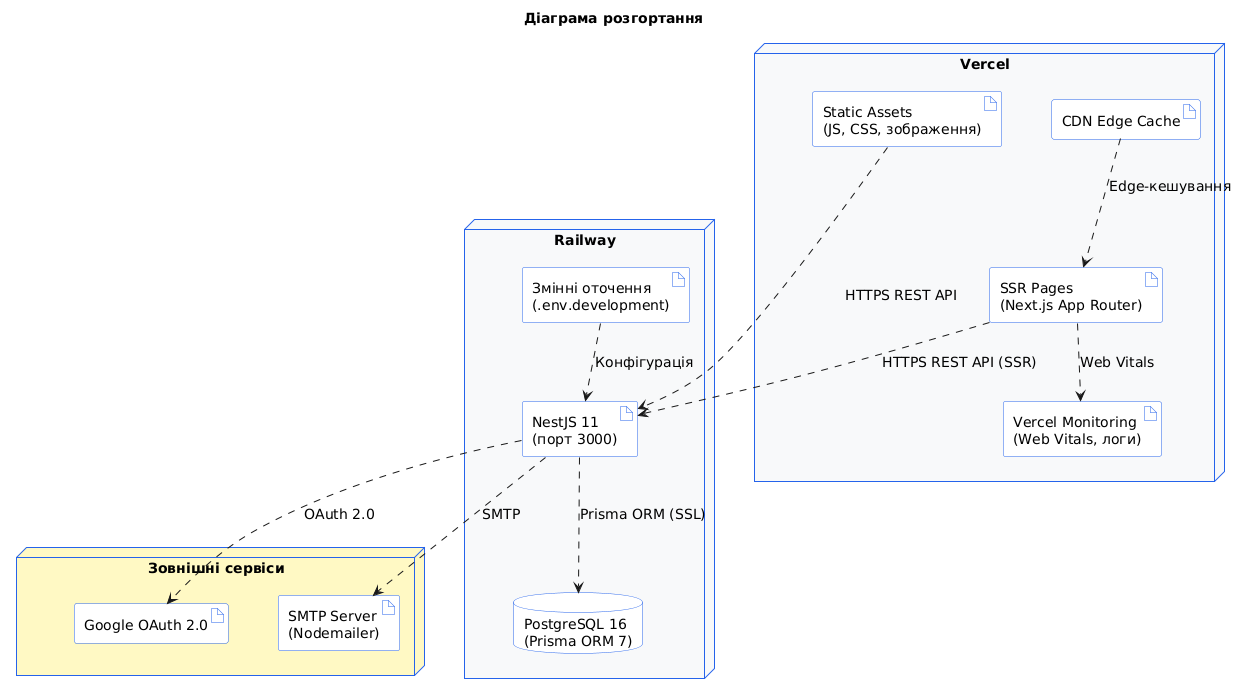
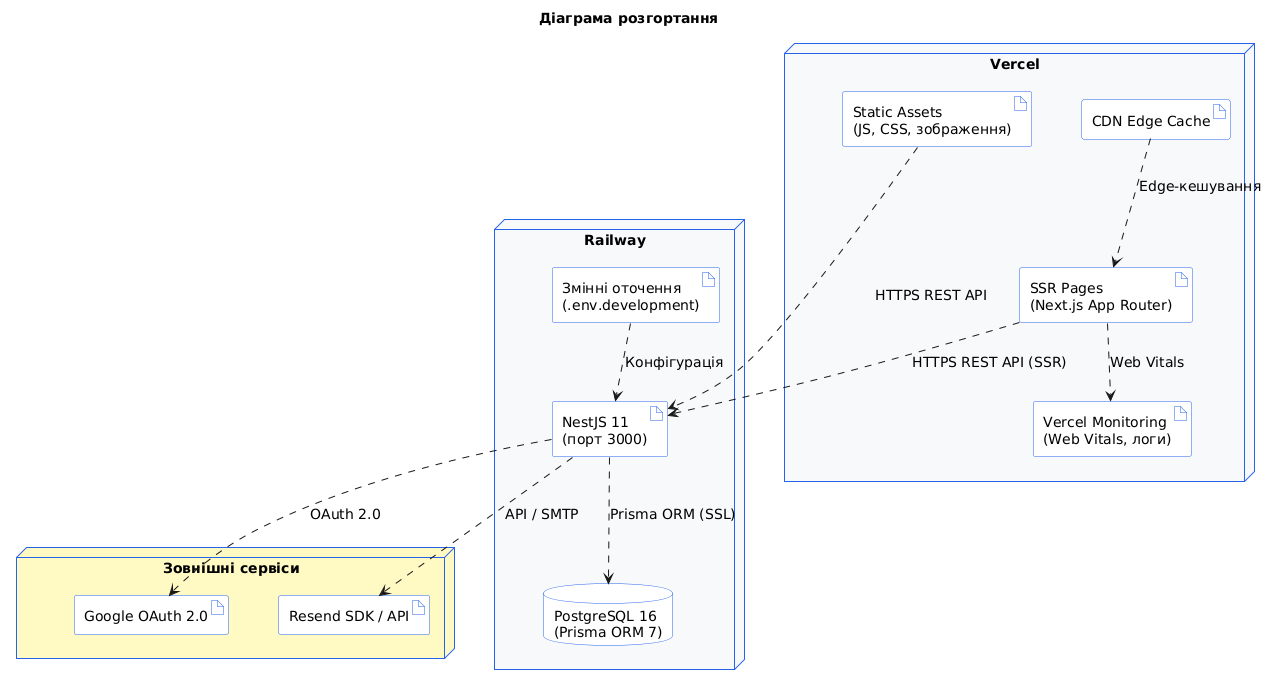
@startuml Deployment

skinparam backgroundColor #FFFFFF
skinparam shadowing false
skinparam packageStyle rectangle
skinparam defaultFontName "DejaVu Sans"
skinparam defaultFontSize 14
skinparam nodesep 50
skinparam ranksep 60

skinparam nodeBackgroundColor #FFFFFF
skinparam nodeBorderColor #2563eb
skinparam nodeArrowColor #2563eb
skinparam artifactBackgroundColor #FFFFFF
skinparam artifactBorderColor #2563eb
skinparam databaseBackgroundColor #FFFFFF
skinparam databaseBorderColor #2563eb

top to bottom direction

title Діаграма розгортання

node "Vercel" as Vercel_Node #F8F9FA {
  artifact "Static Assets\n(JS, CSS, зображення)" as Static
  artifact "SSR Pages\n(Next.js App Router)" as SSR
  artifact "CDN Edge Cache" as CDN
  artifact "Vercel Monitoring\n(Web Vitals, логи)" as Monitor
}

node "Railway" as Railway_Node #F8F9FA {
  artifact "NestJS 11\n(порт 3000)" as NestJS
  artifact "Змінні оточення\n(.env.development)" as Env
  database "PostgreSQL 16\n(Prisma ORM 7)" as PgDB
}

node "Зовнішні сервіси" as Ext_Node #FFF9C4 {
  artifact "Google OAuth 2.0" as Google
-   artifact "SMTP Server\n(Nodemailer)" as SMTP
+   artifact "Resend SDK / API" as Resend
}

Vercel_Node -[hidden]down-> Railway_Node
Railway_Node -[hidden]right-> Ext_Node

Static ..> NestJS : HTTPS REST API
SSR ..> NestJS : HTTPS REST API (SSR)
CDN ..> SSR : Edge-кешування

NestJS ..> PgDB : Prisma ORM (SSL)
- NestJS ..> SMTP : SMTP
+ NestJS ..> Resend : API / SMTP
NestJS ..> Google : OAuth 2.0

SSR ..> Monitor : Web Vitals

Env ..> NestJS : Конфігурація

@enduml
